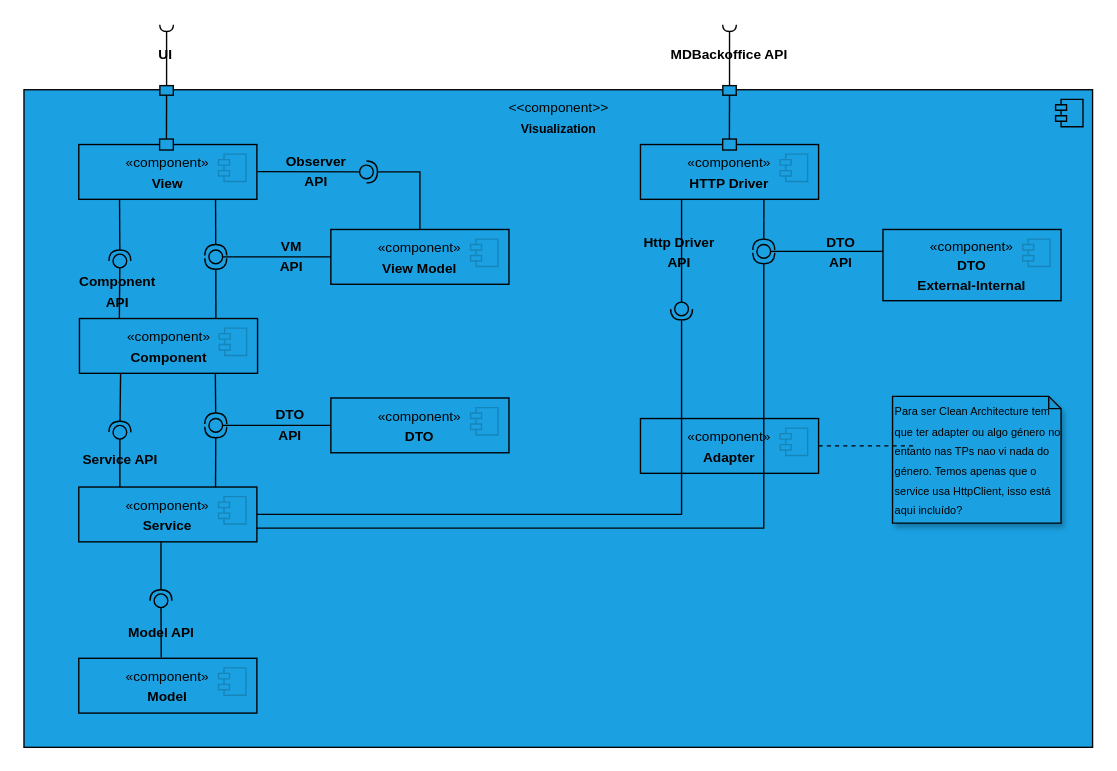
Earlier version of the draw.io diagram docs/sprint-2/team-decisions/views/logical-view/visualization_vl3.drawio (rita-barbosa/LAPR5-2425). Source tidied: cells renumbered, new cells numbered last; positions are measured from the earlier drawing's top-left corner, leaving out a move shared by most shapes. Both pictures are drawn from the tidied source at 137%, with x=0, y=0 at pixel (23, 21).
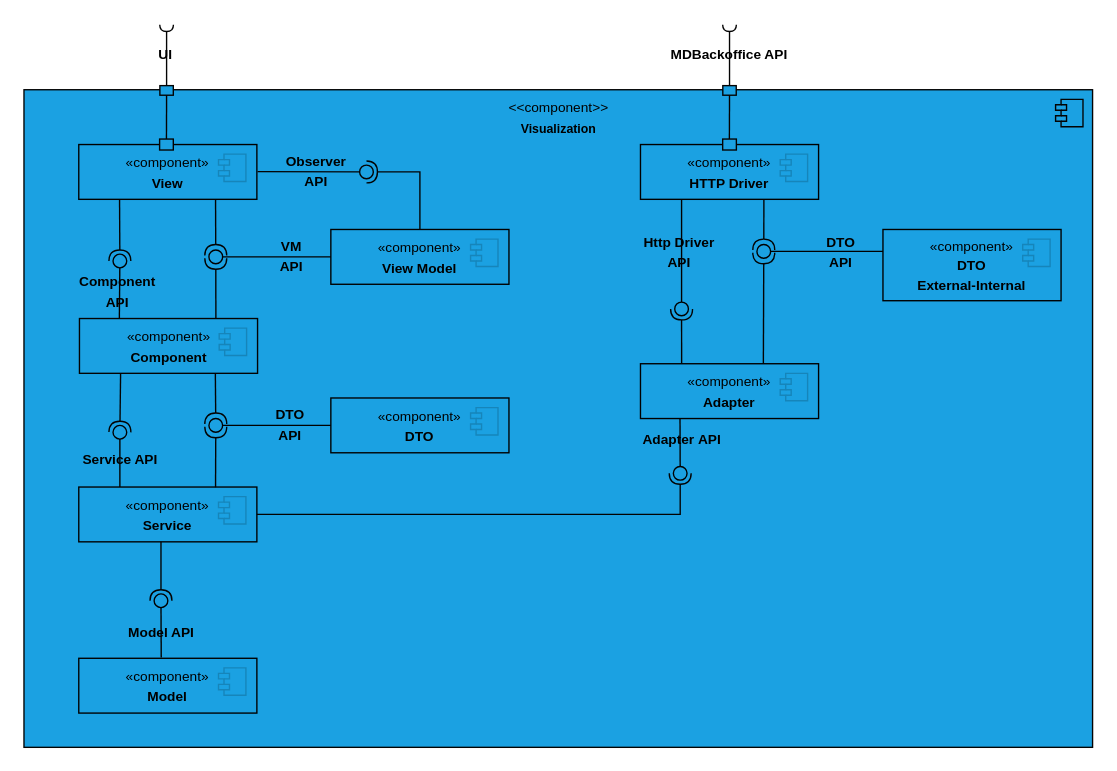
The same page after the edit.

Commit message (it also covers changes not shown here):
DG38-431 | docs: updates level 3 logical view of visualization component.

The change refers to these unchanged cells:
```xml
<mxCell id="9" value="&lt;span style=&quot;font-size: 10px;&quot;&gt;«component»&lt;/span&gt;&lt;br style=&quot;font-size: 10px;&quot;&gt;&lt;b style=&quot;font-size: 10px;&quot;&gt;Service&lt;/b&gt;" style="html=1;whiteSpace=wrap;fillColor=#1BA1E2;strokeColor=#000000;" parent="1" vertex="1">
  <mxGeometry x="40" y="340" width="130" height="40" as="geometry" />
</mxCell>
```

What changed in the source:
```diff
@@
     <mxCell id="15" value="&lt;span style=&quot;font-size: 10px;&quot;&gt;«component»&lt;/span&gt;&lt;br style=&quot;font-size: 10px;&quot;&gt;&lt;b style=&quot;font-size: 10px;&quot;&gt;Adapter&lt;/b&gt;" style="html=1;whiteSpace=wrap;fillColor=#1BA1E2;strokeColor=#000000;" parent="1" vertex="1">
-      <mxGeometry x="450" y="290" width="130" height="40" as="geometry" />
+      <mxGeometry x="450" y="250" width="130" height="40" as="geometry" />
     </mxCell>
@@
-    <mxCell id="35" style="rounded=0;jettySize=auto;html=1;endArrow=halfCircle;endFill=0;endSize=6;strokeWidth=1;sketch=0;exitX=1;exitY=0.5;exitDx=0;exitDy=0;strokeColor=#030303;" parent="1" edge="1" source="9">
+    <mxCell id="35" style="rounded=0;jettySize=auto;html=1;endArrow=halfCircle;endFill=0;endSize=6;strokeWidth=1;sketch=0;exitX=0.231;exitY=-0.003;exitDx=0;exitDy=0;strokeColor=#030303;exitPerimeter=0;" parent="1" edge="1" source="15">
       <mxGeometry relative="1" as="geometry">
         <mxPoint x="480" y="210" as="targetPoint" />
-        <Array as="points">
-          <mxPoint x="480" y="360" />
-        </Array>
       </mxGeometry>
     </mxCell>
@@
-    <mxCell id="45" style="rounded=0;jettySize=auto;html=1;endArrow=halfCircle;endFill=0;endSize=6;strokeWidth=1;sketch=0;strokeColor=#030303;exitX=1;exitY=0.75;exitDx=0;exitDy=0;" parent="1" edge="1" source="9">
+    <mxCell id="45" style="rounded=0;jettySize=auto;html=1;endArrow=halfCircle;endFill=0;endSize=6;strokeWidth=1;sketch=0;strokeColor=#030303;exitX=0.69;exitY=0.007;exitDx=0;exitDy=0;exitPerimeter=0;" parent="1" edge="1" source="15">
       <mxGeometry relative="1" as="geometry">
         <mxPoint x="540" y="169" as="targetPoint" />
-        <Array as="points">
-          <mxPoint x="540" y="370" />
-        </Array>
       </mxGeometry>
     </mxCell>
@@
-    <mxCell id="50" value="&lt;font style=&quot;font-size: 8px;&quot;&gt;Para ser Clean Architecture tem que ter adapter ou algo género no entanto nas TPs nao vi nada do género. Temos apenas que o service usa HttpClient, isso está aqui incluído?&lt;/font&gt;" style="shape=note;whiteSpace=wrap;html=1;backgroundOutline=1;darkOpacity=0.05;size=9;fillColor=#1BA1E2;align=left;shadow=1;strokeColor=#030303;" parent="1" vertex="1">
-      <mxGeometry x="634" y="273.8" width="123" height="92.5" as="geometry" />
-    </mxCell>
-    <mxCell id="51" style="endArrow=none;dashed=1;html=1;rounded=0;entryX=0;entryY=0.5;entryDx=0;entryDy=0;entryPerimeter=0;exitX=1;exitY=0.5;exitDx=0;exitDy=0;" parent="1" edge="1" source="15">
-      <mxGeometry relative="1" as="geometry">
-        <mxPoint x="650" y="310" as="targetPoint" />
-      </mxGeometry>
-    </mxCell>
@@
+    <mxCell id="78" style="rounded=0;jettySize=auto;html=1;endArrow=halfCircle;endFill=0;endSize=6;strokeWidth=1;sketch=0;strokeColor=#030303;exitX=1;exitY=0.5;exitDx=0;exitDy=0;" parent="1" edge="1" source="9">
+      <mxGeometry relative="1" as="geometry">
+        <mxPoint x="479" y="330" as="targetPoint" />
+        <Array as="points">
+          <mxPoint x="479" y="360" />
+        </Array>
+      </mxGeometry>
+    </mxCell>
+    <mxCell id="79" style="edgeLabel;html=1;align=center;verticalAlign=middle;fillColor=#1BA1E2;" parent="78" vertex="1">
+      <mxGeometry x="-0.02" y="1" relative="1" as="geometry">
+        <mxPoint x="1" as="offset" />
+      </mxGeometry>
+    </mxCell>
+    <mxCell id="80" style="rounded=0;jettySize=auto;html=1;endArrow=oval;endFill=0;sketch=0;sourcePerimeterSpacing=0;targetPerimeterSpacing=0;endSize=10;strokeColor=#000000;exitX=0.222;exitY=1.004;exitDx=0;exitDy=0;exitPerimeter=0;" parent="1" edge="1" source="15">
+      <mxGeometry relative="1" as="geometry">
+        <mxPoint x="479" y="330" as="targetPoint" />
+      </mxGeometry>
+    </mxCell>
+    <mxCell id="81" value="&lt;div&gt;&lt;font style=&quot;font-size: 10px;&quot;&gt;&lt;b&gt;Adapter&amp;nbsp;&lt;/b&gt;&lt;/font&gt;&lt;b style=&quot;font-size: 10px; background-color: initial;&quot;&gt;API&lt;/b&gt;&lt;/div&gt;" style="text;html=1;align=center;verticalAlign=middle;whiteSpace=wrap;rounded=0;" parent="1" vertex="1">
+      <mxGeometry x="451.9" y="290" width="57" height="30" as="geometry" />
+    </mxCell>
```
